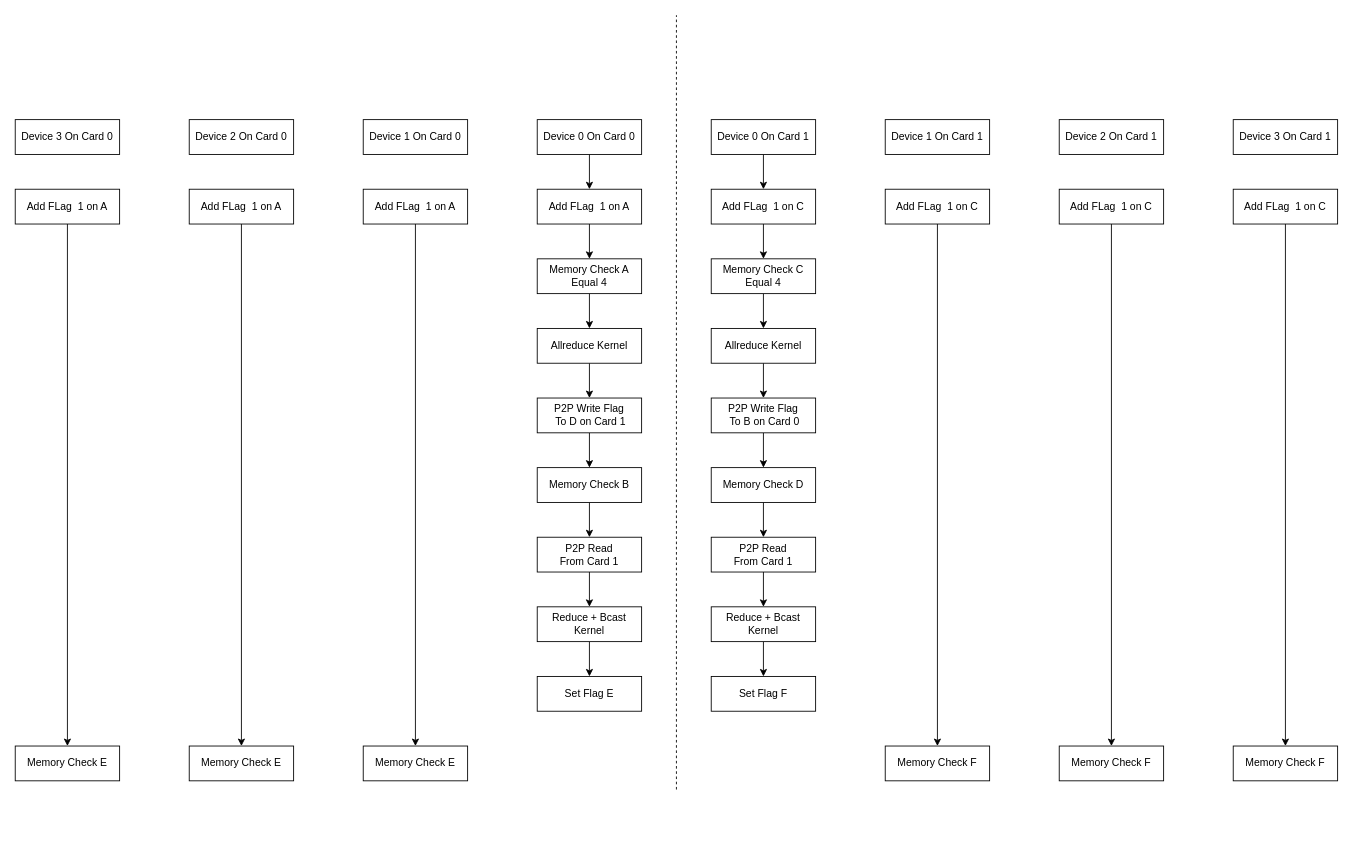
This is TCCL/TCCL_WORK_FLOW/TwoStreamOndeviceSync.drawio from BEYHHH/SBLP, a draw.io file, before an edit. Source tidied: cells renumbered, new cells numbered last; positions are measured from the earlier drawing's top-left corner, leaving out a move shared by most shapes. Both pictures are drawn from the tidied source at 87%, with x=0, y=0 at pixel (15, 15).
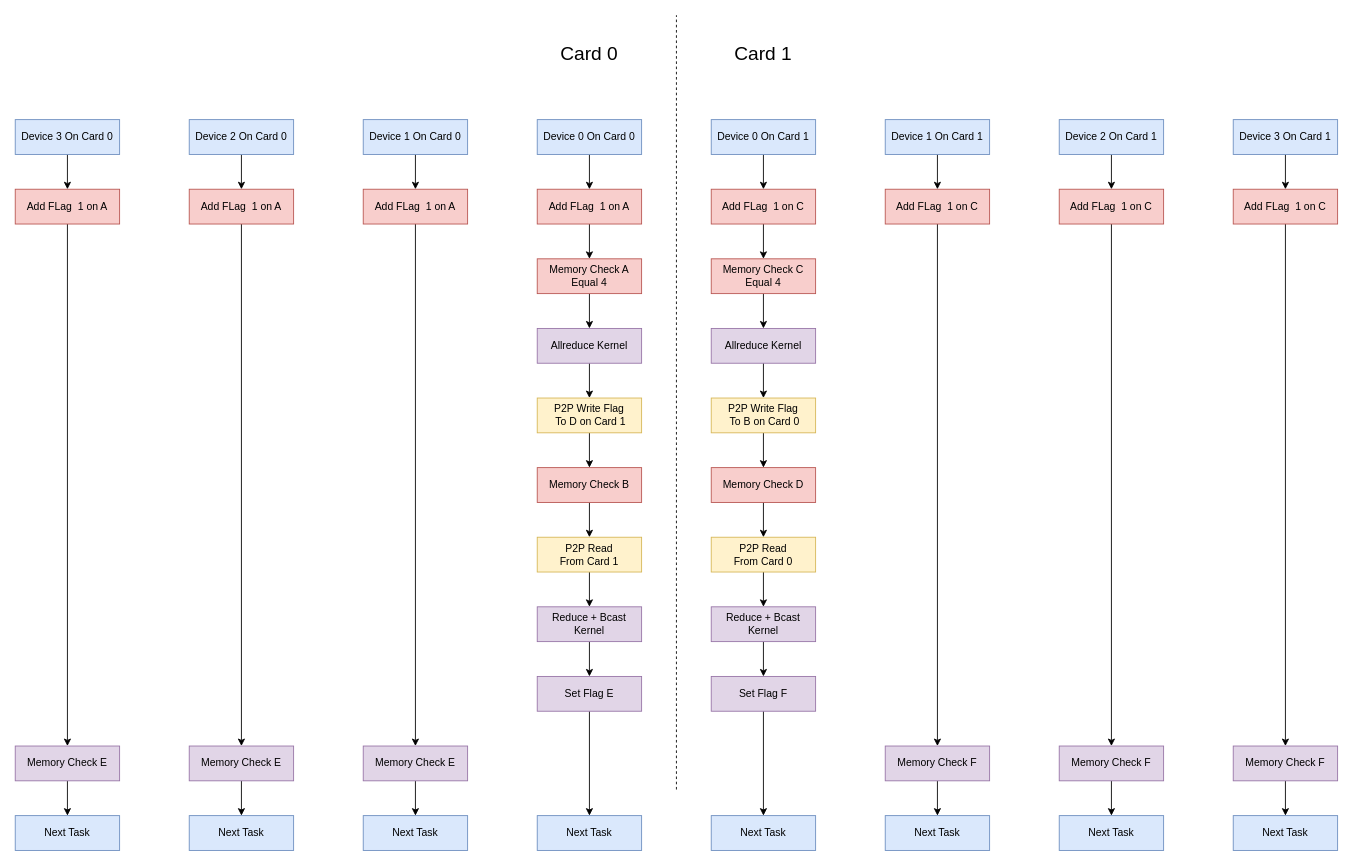
The same page after the edit.

The edit, as a diff of the source:
```diff
@@
-    <mxCell id="3" value="Add FLag&amp;nbsp; 1 on A" style="rounded=0;whiteSpace=wrap;html=1;" parent="1" vertex="1">
+    <mxCell id="3" value="Add FLag&amp;nbsp; 1 on A" style="rounded=0;whiteSpace=wrap;html=1;fillColor=#f8cecc;strokeColor=#b85450;" parent="1" vertex="1">
       <mxGeometry y="200" width="120" height="40" as="geometry" />
     </mxCell>
+    <mxCell id="61" style="edgeStyle=orthogonalEdgeStyle;rounded=0;jettySize=auto;html=1;" parent="1" edge="1" source="4" target="3">
+      <mxGeometry relative="1" as="geometry" />
+    </mxCell>
-    <mxCell id="4" value="Device 3 On Card 0" style="rounded=0;whiteSpace=wrap;html=1;" parent="1" vertex="1">
+    <mxCell id="4" value="Device 3 On Card 0" style="rounded=0;whiteSpace=wrap;html=1;fillColor=#dae8fc;strokeColor=#6c8ebf;" parent="1" vertex="1">
       <mxGeometry y="120" width="120" height="40" as="geometry" />
     </mxCell>
@@
-    <mxCell id="6" value="Add FLag&amp;nbsp; 1 on A" style="rounded=0;whiteSpace=wrap;html=1;" parent="1" vertex="1">
+    <mxCell id="6" value="Add FLag&amp;nbsp; 1 on A" style="rounded=0;whiteSpace=wrap;html=1;fillColor=#f8cecc;strokeColor=#b85450;" parent="1" vertex="1">
       <mxGeometry x="200" y="200" width="120" height="40" as="geometry" />
     </mxCell>
+    <mxCell id="62" style="edgeStyle=orthogonalEdgeStyle;rounded=0;jettySize=auto;html=1;" parent="1" edge="1" source="7" target="6">
+      <mxGeometry relative="1" as="geometry" />
+    </mxCell>
-    <mxCell id="7" value="Device 2 On Card 0" style="rounded=0;whiteSpace=wrap;html=1;" parent="1" vertex="1">
+    <mxCell id="7" value="Device 2 On Card 0" style="rounded=0;whiteSpace=wrap;html=1;fillColor=#dae8fc;strokeColor=#6c8ebf;" parent="1" vertex="1">
       <mxGeometry x="200" y="120" width="120" height="40" as="geometry" />
     </mxCell>
@@
-    <mxCell id="9" value="Add FLag&amp;nbsp; 1 on A" style="rounded=0;whiteSpace=wrap;html=1;" parent="1" vertex="1">
+    <mxCell id="9" value="Add FLag&amp;nbsp; 1 on A" style="rounded=0;whiteSpace=wrap;html=1;fillColor=#f8cecc;strokeColor=#b85450;" parent="1" vertex="1">
       <mxGeometry x="400" y="200" width="120" height="40" as="geometry" />
     </mxCell>
+    <mxCell id="63" style="edgeStyle=orthogonalEdgeStyle;rounded=0;jettySize=auto;html=1;" parent="1" edge="1" source="10" target="9">
+      <mxGeometry relative="1" as="geometry" />
+    </mxCell>
-    <mxCell id="10" value="Device 1 On Card 0" style="rounded=0;whiteSpace=wrap;html=1;" parent="1" vertex="1">
+    <mxCell id="10" value="Device 1 On Card 0" style="rounded=0;whiteSpace=wrap;html=1;fillColor=#dae8fc;strokeColor=#6c8ebf;" parent="1" vertex="1">
       <mxGeometry x="400" y="120" width="120" height="40" as="geometry" />
     </mxCell>
@@
-    <mxCell id="12" value="Add FLag&amp;nbsp; 1 on A" style="rounded=0;whiteSpace=wrap;html=1;" parent="1" vertex="1">
+    <mxCell id="12" value="Add FLag&amp;nbsp; 1 on A" style="rounded=0;whiteSpace=wrap;html=1;fillColor=#f8cecc;strokeColor=#b85450;" parent="1" vertex="1">
       <mxGeometry x="600" y="200" width="120" height="40" as="geometry" />
     </mxCell>
@@
-    <mxCell id="14" value="Device 0 On Card 0" style="rounded=0;whiteSpace=wrap;html=1;" parent="1" vertex="1">
+    <mxCell id="14" value="Device 0 On Card 0" style="rounded=0;whiteSpace=wrap;html=1;fillColor=#dae8fc;strokeColor=#6c8ebf;" parent="1" vertex="1">
       <mxGeometry x="600" y="120" width="120" height="40" as="geometry" />
     </mxCell>
@@
-    <mxCell id="17" value="Allreduce Kernel" style="rounded=0;whiteSpace=wrap;html=1;" parent="1" vertex="1">
+    <mxCell id="17" value="Allreduce Kernel" style="rounded=0;whiteSpace=wrap;html=1;fillColor=#e1d5e7;strokeColor=#9673a6;" parent="1" vertex="1">
       <mxGeometry x="600" y="360" width="120" height="40" as="geometry" />
     </mxCell>
@@
-    <mxCell id="19" value="P2P Write Flag&lt;br&gt;&amp;nbsp;To D on Card 1" style="rounded=0;whiteSpace=wrap;html=1;" parent="1" vertex="1">
+    <mxCell id="19" value="P2P Write Flag&lt;br&gt;&amp;nbsp;To D on Card 1" style="rounded=0;whiteSpace=wrap;html=1;fillColor=#fff2cc;strokeColor=#d6b656;" parent="1" vertex="1">
       <mxGeometry x="600" y="440" width="120" height="40" as="geometry" />
     </mxCell>
@@
-    <mxCell id="21" value="Memory Check B" style="rounded=0;whiteSpace=wrap;html=1;" parent="1" vertex="1">
+    <mxCell id="21" value="Memory Check B" style="rounded=0;whiteSpace=wrap;html=1;fillColor=#f8cecc;strokeColor=#b85450;" parent="1" vertex="1">
       <mxGeometry x="600" y="520" width="120" height="40" as="geometry" />
     </mxCell>
@@
-    <mxCell id="23" value="Memory Check A &lt;br&gt;Equal 4" style="rounded=0;whiteSpace=wrap;html=1;" parent="1" vertex="1">
+    <mxCell id="23" value="Memory Check A &lt;br&gt;Equal 4" style="rounded=0;whiteSpace=wrap;html=1;fillColor=#f8cecc;strokeColor=#b85450;" parent="1" vertex="1">
       <mxGeometry x="600" y="280" width="120" height="40" as="geometry" />
     </mxCell>
@@
-    <mxCell id="25" value="P2P Read&lt;br&gt;From Card 1" style="rounded=0;whiteSpace=wrap;html=1;" parent="1" vertex="1">
+    <mxCell id="25" value="P2P Read&lt;br&gt;From Card 1" style="rounded=0;whiteSpace=wrap;html=1;fillColor=#fff2cc;strokeColor=#d6b656;" parent="1" vertex="1">
       <mxGeometry x="600" y="600" width="120" height="40" as="geometry" />
     </mxCell>
@@
-    <mxCell id="27" value="Add FLag&amp;nbsp; 1 on C" style="rounded=0;whiteSpace=wrap;html=1;" parent="1" vertex="1">
+    <mxCell id="27" value="Add FLag&amp;nbsp; 1 on C" style="rounded=0;whiteSpace=wrap;html=1;fillColor=#f8cecc;strokeColor=#b85450;" parent="1" vertex="1">
       <mxGeometry x="800" y="200" width="120" height="40" as="geometry" />
     </mxCell>
@@
-    <mxCell id="29" value="Device 0 On Card 1" style="rounded=0;whiteSpace=wrap;html=1;" parent="1" vertex="1">
+    <mxCell id="29" value="Device 0 On Card 1" style="rounded=0;whiteSpace=wrap;html=1;fillColor=#dae8fc;strokeColor=#6c8ebf;" parent="1" vertex="1">
       <mxGeometry x="800" y="120" width="120" height="40" as="geometry" />
     </mxCell>
@@
-    <mxCell id="31" value="Allreduce Kernel" style="rounded=0;whiteSpace=wrap;html=1;" parent="1" vertex="1">
+    <mxCell id="31" value="Allreduce Kernel" style="rounded=0;whiteSpace=wrap;html=1;fillColor=#e1d5e7;strokeColor=#9673a6;" parent="1" vertex="1">
       <mxGeometry x="800" y="360" width="120" height="40" as="geometry" />
     </mxCell>
@@
-    <mxCell id="33" value="P2P Write Flag&lt;br&gt;&amp;nbsp;To B on Card 0" style="rounded=0;whiteSpace=wrap;html=1;" parent="1" vertex="1">
+    <mxCell id="33" value="P2P Write Flag&lt;br&gt;&amp;nbsp;To B on Card 0" style="rounded=0;whiteSpace=wrap;html=1;fillColor=#fff2cc;strokeColor=#d6b656;" parent="1" vertex="1">
       <mxGeometry x="800" y="440" width="120" height="40" as="geometry" />
     </mxCell>
@@
-    <mxCell id="35" value="Memory Check D" style="rounded=0;whiteSpace=wrap;html=1;" parent="1" vertex="1">
+    <mxCell id="35" value="Memory Check D" style="rounded=0;whiteSpace=wrap;html=1;fillColor=#f8cecc;strokeColor=#b85450;" parent="1" vertex="1">
       <mxGeometry x="800" y="520" width="120" height="40" as="geometry" />
     </mxCell>
@@
-    <mxCell id="37" value="Memory Check C&lt;br&gt;Equal 4" style="rounded=0;whiteSpace=wrap;html=1;" parent="1" vertex="1">
+    <mxCell id="37" value="Memory Check C&lt;br&gt;Equal 4" style="rounded=0;whiteSpace=wrap;html=1;fillColor=#f8cecc;strokeColor=#b85450;" parent="1" vertex="1">
       <mxGeometry x="800" y="280" width="120" height="40" as="geometry" />
     </mxCell>
@@
-    <mxCell id="39" value="P2P Read&lt;br&gt;From Card 1" style="rounded=0;whiteSpace=wrap;html=1;" parent="1" vertex="1">
+    <mxCell id="39" value="P2P Read&lt;br&gt;From Card 0" style="rounded=0;whiteSpace=wrap;html=1;fillColor=#fff2cc;strokeColor=#d6b656;" parent="1" vertex="1">
       <mxGeometry x="800" y="600" width="120" height="40" as="geometry" />
     </mxCell>
@@
-    <mxCell id="41" value="Add FLag&amp;nbsp; 1 on C" style="rounded=0;whiteSpace=wrap;html=1;" parent="1" vertex="1">
+    <mxCell id="41" value="Add FLag&amp;nbsp; 1 on C" style="rounded=0;whiteSpace=wrap;html=1;fillColor=#f8cecc;strokeColor=#b85450;" parent="1" vertex="1">
       <mxGeometry x="1000" y="200" width="120" height="40" as="geometry" />
     </mxCell>
+    <mxCell id="64" style="edgeStyle=orthogonalEdgeStyle;rounded=0;jettySize=auto;html=1;" parent="1" edge="1" source="42" target="41">
+      <mxGeometry relative="1" as="geometry" />
+    </mxCell>
-    <mxCell id="42" value="Device 1 On Card 1" style="rounded=0;whiteSpace=wrap;html=1;" parent="1" vertex="1">
+    <mxCell id="42" value="Device 1 On Card 1" style="rounded=0;whiteSpace=wrap;html=1;fillColor=#dae8fc;strokeColor=#6c8ebf;" parent="1" vertex="1">
       <mxGeometry x="1000" y="120" width="120" height="40" as="geometry" />
     </mxCell>
@@
-    <mxCell id="44" value="Add FLag&amp;nbsp; 1 on C" style="rounded=0;whiteSpace=wrap;html=1;" parent="1" vertex="1">
+    <mxCell id="44" value="Add FLag&amp;nbsp; 1 on C" style="rounded=0;whiteSpace=wrap;html=1;fillColor=#f8cecc;strokeColor=#b85450;" parent="1" vertex="1">
       <mxGeometry x="1200" y="200" width="120" height="40" as="geometry" />
     </mxCell>
+    <mxCell id="65" style="edgeStyle=orthogonalEdgeStyle;rounded=0;jettySize=auto;html=1;" parent="1" edge="1" source="45" target="44">
+      <mxGeometry relative="1" as="geometry" />
+    </mxCell>
-    <mxCell id="45" value="Device 2 On Card 1" style="rounded=0;whiteSpace=wrap;html=1;" parent="1" vertex="1">
+    <mxCell id="45" value="Device 2 On Card 1" style="rounded=0;whiteSpace=wrap;html=1;fillColor=#dae8fc;strokeColor=#6c8ebf;" parent="1" vertex="1">
       <mxGeometry x="1200" y="120" width="120" height="40" as="geometry" />
     </mxCell>
@@
-    <mxCell id="47" value="Add FLag&amp;nbsp; 1 on C" style="rounded=0;whiteSpace=wrap;html=1;" parent="1" vertex="1">
+    <mxCell id="47" value="Add FLag&amp;nbsp; 1 on C" style="rounded=0;whiteSpace=wrap;html=1;fillColor=#f8cecc;strokeColor=#b85450;" parent="1" vertex="1">
       <mxGeometry x="1400" y="200" width="120" height="40" as="geometry" />
     </mxCell>
+    <mxCell id="66" style="edgeStyle=orthogonalEdgeStyle;rounded=0;jettySize=auto;html=1;" parent="1" edge="1" source="48" target="47">
+      <mxGeometry relative="1" as="geometry" />
+    </mxCell>
-    <mxCell id="48" value="Device 3 On Card 1" style="rounded=0;whiteSpace=wrap;html=1;" parent="1" vertex="1">
+    <mxCell id="48" value="Device 3 On Card 1" style="rounded=0;whiteSpace=wrap;html=1;fillColor=#dae8fc;strokeColor=#6c8ebf;" parent="1" vertex="1">
       <mxGeometry x="1400" y="120" width="120" height="40" as="geometry" />
     </mxCell>
@@
-    <mxCell id="50" value="Reduce + Bcast&lt;br&gt;Kernel" style="rounded=0;whiteSpace=wrap;html=1;" parent="1" vertex="1">
+    <mxCell id="50" value="Reduce + Bcast&lt;br&gt;Kernel" style="rounded=0;whiteSpace=wrap;html=1;fillColor=#e1d5e7;strokeColor=#9673a6;" parent="1" vertex="1">
       <mxGeometry x="800" y="680" width="120" height="40" as="geometry" />
     </mxCell>
@@
-    <mxCell id="52" value="Reduce + Bcast&lt;br&gt;Kernel" style="rounded=0;whiteSpace=wrap;html=1;" parent="1" vertex="1">
+    <mxCell id="52" value="Reduce + Bcast&lt;br&gt;Kernel" style="rounded=0;whiteSpace=wrap;html=1;fillColor=#e1d5e7;strokeColor=#9673a6;" parent="1" vertex="1">
       <mxGeometry x="600" y="680" width="120" height="40" as="geometry" />
     </mxCell>
+    <mxCell id="67" style="edgeStyle=orthogonalEdgeStyle;rounded=0;jettySize=auto;html=1;" parent="1" edge="1" source="53" target="80">
+      <mxGeometry relative="1" as="geometry" />
+    </mxCell>
-    <mxCell id="53" value="Set Flag E" style="rounded=0;whiteSpace=wrap;html=1;" parent="1" vertex="1">
+    <mxCell id="53" value="Set Flag E" style="rounded=0;whiteSpace=wrap;html=1;fillColor=#e1d5e7;strokeColor=#9673a6;" parent="1" vertex="1">
       <mxGeometry x="600" y="760" width="120" height="40" as="geometry" />
     </mxCell>
+    <mxCell id="68" style="edgeStyle=orthogonalEdgeStyle;rounded=0;jettySize=auto;html=1;" parent="1" edge="1" source="54" target="79">
+      <mxGeometry relative="1" as="geometry" />
+    </mxCell>
-    <mxCell id="54" value="Memory Check E" style="rounded=0;whiteSpace=wrap;html=1;" parent="1" vertex="1">
+    <mxCell id="54" value="Memory Check E" style="rounded=0;whiteSpace=wrap;html=1;fillColor=#e1d5e7;strokeColor=#9673a6;" parent="1" vertex="1">
       <mxGeometry x="400" y="840" width="120" height="40" as="geometry" />
     </mxCell>
+    <mxCell id="69" style="edgeStyle=orthogonalEdgeStyle;rounded=0;jettySize=auto;html=1;" parent="1" edge="1" source="55" target="78">
+      <mxGeometry relative="1" as="geometry" />
+    </mxCell>
-    <mxCell id="55" value="Memory Check E" style="rounded=0;whiteSpace=wrap;html=1;" parent="1" vertex="1">
+    <mxCell id="55" value="Memory Check E" style="rounded=0;whiteSpace=wrap;html=1;fillColor=#e1d5e7;strokeColor=#9673a6;" parent="1" vertex="1">
       <mxGeometry x="200" y="840" width="120" height="40" as="geometry" />
     </mxCell>
+    <mxCell id="70" style="edgeStyle=orthogonalEdgeStyle;rounded=0;jettySize=auto;html=1;" parent="1" edge="1" source="56" target="77">
+      <mxGeometry relative="1" as="geometry" />
+    </mxCell>
-    <mxCell id="56" value="Memory Check E" style="rounded=0;whiteSpace=wrap;html=1;" parent="1" vertex="1">
+    <mxCell id="56" value="Memory Check E" style="rounded=0;whiteSpace=wrap;html=1;fillColor=#e1d5e7;strokeColor=#9673a6;" parent="1" vertex="1">
       <mxGeometry y="840" width="120" height="40" as="geometry" />
     </mxCell>
+    <mxCell id="71" style="edgeStyle=orthogonalEdgeStyle;rounded=0;jettySize=auto;html=1;" parent="1" edge="1" source="57" target="81">
+      <mxGeometry relative="1" as="geometry" />
+    </mxCell>
-    <mxCell id="57" value="Set Flag F" style="rounded=0;whiteSpace=wrap;html=1;" parent="1" vertex="1">
+    <mxCell id="57" value="Set Flag F" style="rounded=0;whiteSpace=wrap;html=1;fillColor=#e1d5e7;strokeColor=#9673a6;" parent="1" vertex="1">
       <mxGeometry x="800" y="760" width="120" height="40" as="geometry" />
     </mxCell>
+    <mxCell id="72" style="edgeStyle=orthogonalEdgeStyle;rounded=0;jettySize=auto;html=1;" parent="1" edge="1" source="58" target="82">
+      <mxGeometry relative="1" as="geometry" />
+    </mxCell>
-    <mxCell id="58" value="Memory Check F" style="rounded=0;whiteSpace=wrap;html=1;" parent="1" vertex="1">
+    <mxCell id="58" value="Memory Check F" style="rounded=0;whiteSpace=wrap;html=1;fillColor=#e1d5e7;strokeColor=#9673a6;" parent="1" vertex="1">
       <mxGeometry x="1000" y="840" width="120" height="40" as="geometry" />
     </mxCell>
+    <mxCell id="73" style="edgeStyle=orthogonalEdgeStyle;rounded=0;jettySize=auto;html=1;" parent="1" edge="1" source="59" target="83">
+      <mxGeometry relative="1" as="geometry" />
+    </mxCell>
-    <mxCell id="59" value="Memory Check F" style="rounded=0;whiteSpace=wrap;html=1;" parent="1" vertex="1">
+    <mxCell id="59" value="Memory Check F" style="rounded=0;whiteSpace=wrap;html=1;fillColor=#e1d5e7;strokeColor=#9673a6;" parent="1" vertex="1">
       <mxGeometry x="1200" y="840" width="120" height="40" as="geometry" />
     </mxCell>
+    <mxCell id="74" style="edgeStyle=orthogonalEdgeStyle;rounded=0;jettySize=auto;html=1;" parent="1" edge="1" source="60" target="84">
+      <mxGeometry relative="1" as="geometry" />
+    </mxCell>
-    <mxCell id="60" value="Memory Check F" style="rounded=0;whiteSpace=wrap;html=1;" parent="1" vertex="1">
+    <mxCell id="60" value="Memory Check F" style="rounded=0;whiteSpace=wrap;html=1;fillColor=#e1d5e7;strokeColor=#9673a6;" parent="1" vertex="1">
       <mxGeometry x="1400" y="840" width="120" height="40" as="geometry" />
     </mxCell>
+    <mxCell id="75" value="&lt;font style=&quot;font-size: 22px;&quot;&gt;Card 0&lt;/font&gt;" style="text;html=1;strokeColor=none;fillColor=none;align=center;verticalAlign=middle;whiteSpace=wrap;rounded=0;" parent="1" vertex="1">
+      <mxGeometry x="610" y="30" width="100" height="30" as="geometry" />
+    </mxCell>
+    <mxCell id="76" value="&lt;font style=&quot;font-size: 22px;&quot;&gt;Card 1&lt;/font&gt;" style="text;html=1;strokeColor=none;fillColor=none;align=center;verticalAlign=middle;whiteSpace=wrap;rounded=0;" parent="1" vertex="1">
+      <mxGeometry x="810" y="30" width="100" height="30" as="geometry" />
+    </mxCell>
+    <mxCell id="77" value="Next Task" style="rounded=0;whiteSpace=wrap;html=1;fillColor=#dae8fc;strokeColor=#6c8ebf;" parent="1" vertex="1">
+      <mxGeometry y="920" width="120" height="40" as="geometry" />
+    </mxCell>
+    <mxCell id="78" value="Next Task" style="rounded=0;whiteSpace=wrap;html=1;fillColor=#dae8fc;strokeColor=#6c8ebf;" parent="1" vertex="1">
+      <mxGeometry x="200" y="920" width="120" height="40" as="geometry" />
+    </mxCell>
+    <mxCell id="79" value="Next Task" style="rounded=0;whiteSpace=wrap;html=1;fillColor=#dae8fc;strokeColor=#6c8ebf;" parent="1" vertex="1">
+      <mxGeometry x="400" y="920" width="120" height="40" as="geometry" />
+    </mxCell>
+    <mxCell id="80" value="Next Task" style="rounded=0;whiteSpace=wrap;html=1;fillColor=#dae8fc;strokeColor=#6c8ebf;" parent="1" vertex="1">
+      <mxGeometry x="600" y="920" width="120" height="40" as="geometry" />
+    </mxCell>
+    <mxCell id="81" value="Next Task" style="rounded=0;whiteSpace=wrap;html=1;fillColor=#dae8fc;strokeColor=#6c8ebf;" parent="1" vertex="1">
+      <mxGeometry x="800" y="920" width="120" height="40" as="geometry" />
+    </mxCell>
+    <mxCell id="82" value="Next Task" style="rounded=0;whiteSpace=wrap;html=1;fillColor=#dae8fc;strokeColor=#6c8ebf;" parent="1" vertex="1">
+      <mxGeometry x="1000" y="920" width="120" height="40" as="geometry" />
+    </mxCell>
+    <mxCell id="83" value="Next Task" style="rounded=0;whiteSpace=wrap;html=1;fillColor=#dae8fc;strokeColor=#6c8ebf;" parent="1" vertex="1">
+      <mxGeometry x="1200" y="920" width="120" height="40" as="geometry" />
+    </mxCell>
+    <mxCell id="84" value="Next Task" style="rounded=0;whiteSpace=wrap;html=1;fillColor=#dae8fc;strokeColor=#6c8ebf;" parent="1" vertex="1">
+      <mxGeometry x="1400" y="920" width="120" height="40" as="geometry" />
+    </mxCell>
```
